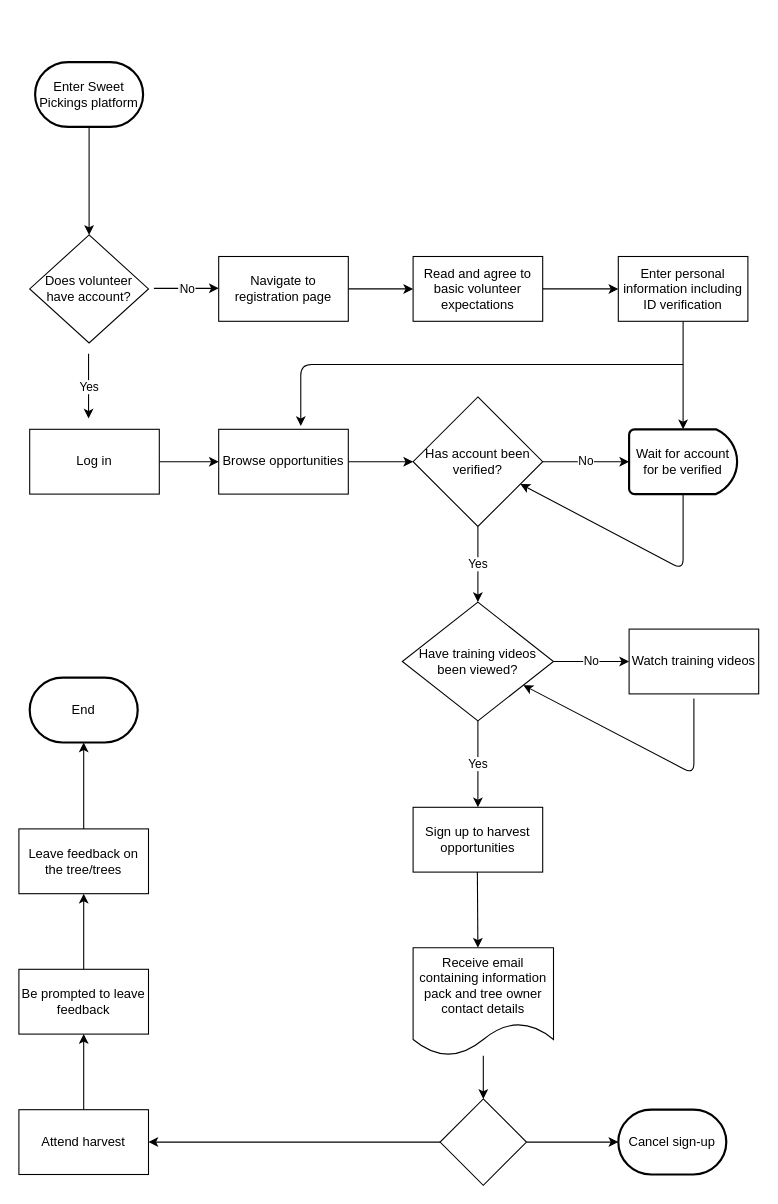
ellajh/SweetPickings keeps this draw.io diagram as page "Volunteer Process Diagram" (1 of 5) of SweetPickingsProcessDiagram.drawio. Above is the earlier version. Source tidied: cells renumbered, new cells numbered last; positions are measured from the earlier drawing's top-left corner, leaving out a move shared by most shapes. Both pictures are drawn from the tidied source at 108%, with x=0, y=0 at pixel (18, 62).
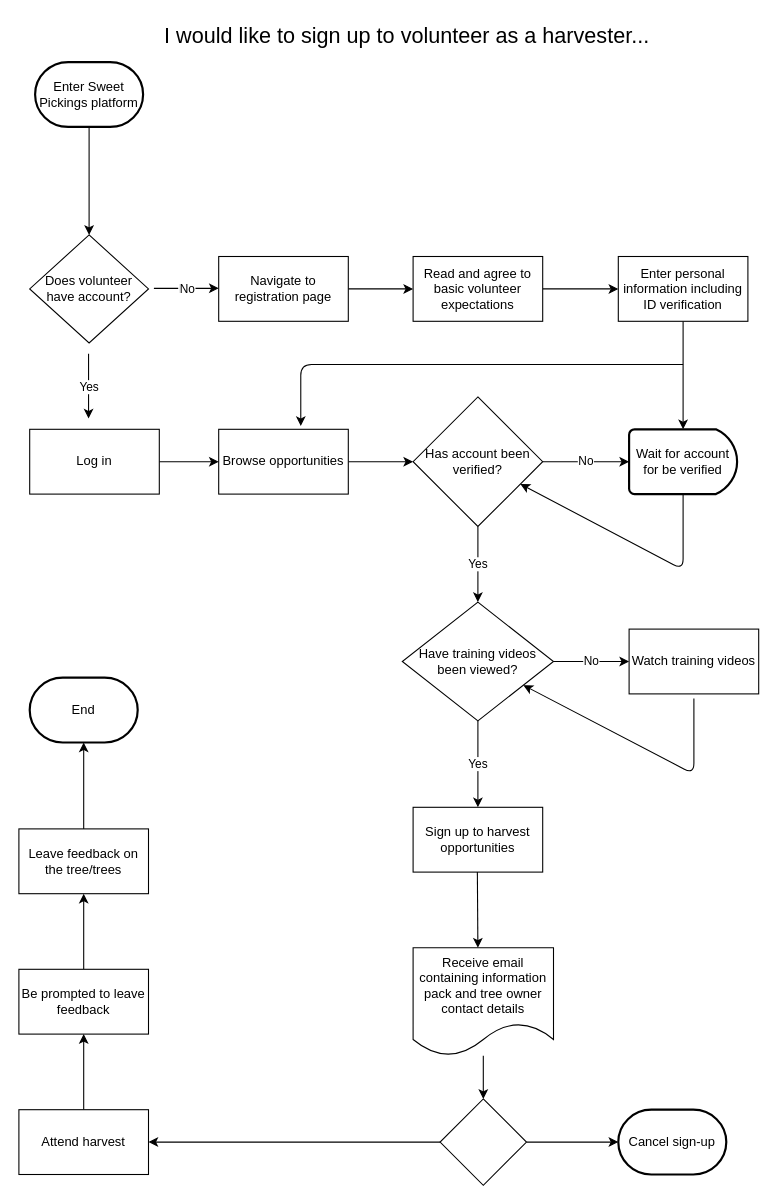
The same page after the edit.

What changed in the source:
```diff
@@
+    <mxCell id="45" value="I would like to sign up to volunteer as a harvester..." style="text;html=1;align=center;verticalAlign=middle;fillColor=none;strokeColor=none;rounded=0;fontSize=20;" parent="1" vertex="1">
+      <mxGeometry x="129" y="-40" width="460" height="30" as="geometry" />
+    </mxCell>
```
